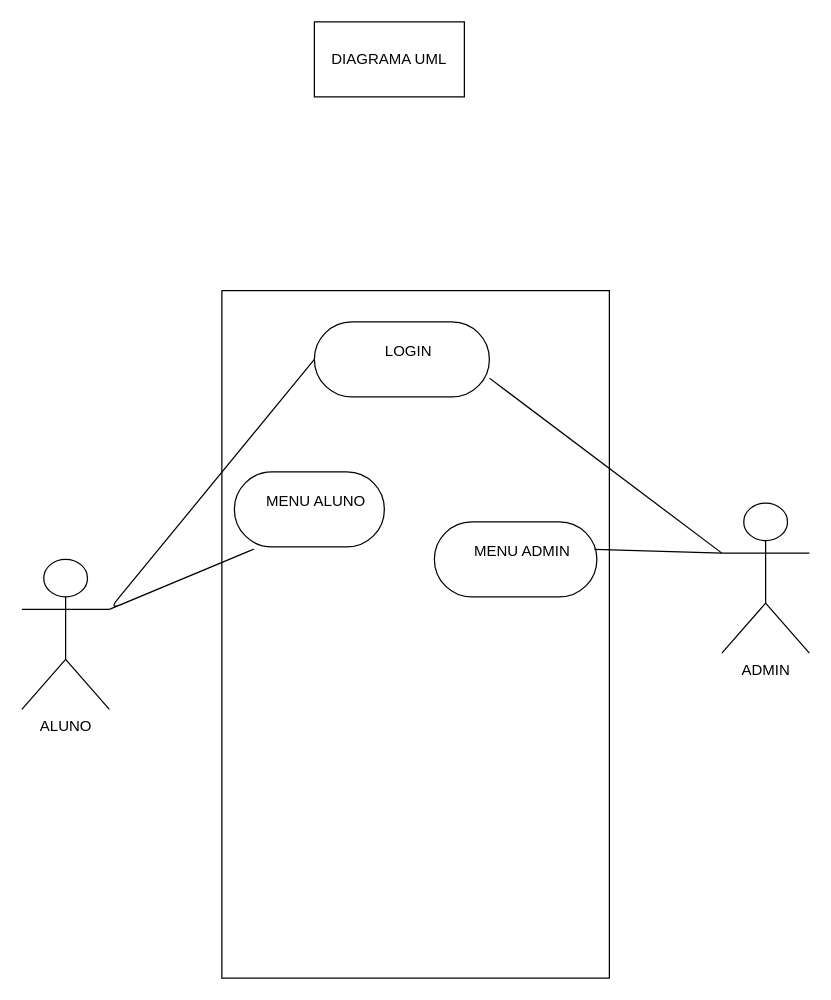
The draw.io diagram feito_casa/teste.drawio in cassianothiago/exercicios_python, before the edit. Source tidied: cells renumbered, new cells numbered last; positions are measured from the earlier drawing's top-left corner, leaving out a move shared by most shapes. Both pictures are drawn from the tidied source at 125%, with x=0, y=0 at pixel (21, 21).
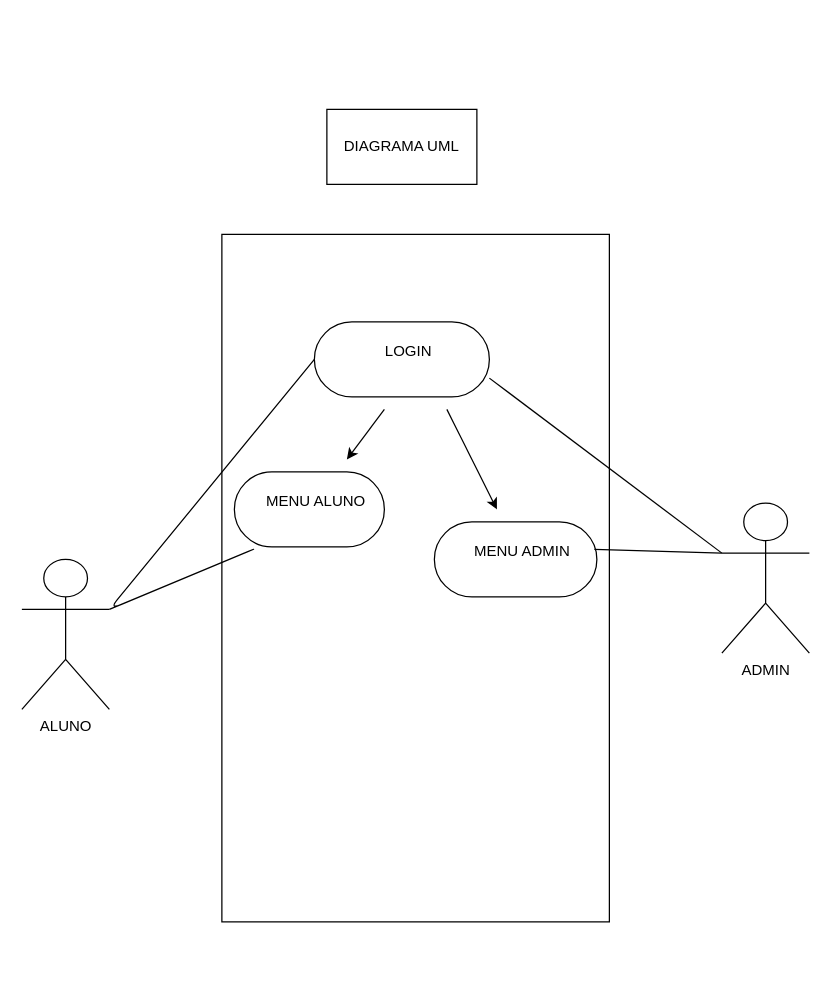
The same diagram, later.

The edit, as a diff of the source:
```diff
@@
     <mxCell id="4" style="rounded=0;whiteSpace=wrap;html=1;" parent="1" vertex="1">
-      <mxGeometry x="160" y="215" width="310" height="550" as="geometry" />
+      <mxGeometry x="160" y="170" width="310" height="550" as="geometry" />
     </mxCell>
@@
     <mxCell id="11" value="DIAGRAMA UML" style="rounded=0;whiteSpace=wrap;html=1;" parent="1" vertex="1">
-      <mxGeometry x="234" width="120" height="60" as="geometry" />
+      <mxGeometry x="244" y="70" width="120" height="60" as="geometry" />
     </mxCell>
+    <mxCell id="12" style="endArrow=classic;html=1;" parent="1" edge="1">
+      <mxGeometry relative="1" as="geometry">
+        <mxPoint x="290" y="310" as="sourcePoint" />
+        <mxPoint x="260" y="350" as="targetPoint" />
+        <Array as="points">
+          <mxPoint x="290" y="310" />
+        </Array>
+      </mxGeometry>
+    </mxCell>
+    <mxCell id="13" style="endArrow=classic;html=1;" parent="1" edge="1">
+      <mxGeometry relative="1" as="geometry">
+        <mxPoint x="340" y="310" as="sourcePoint" />
+        <mxPoint x="380" y="390" as="targetPoint" />
+        <Array as="points">
+          <mxPoint x="340" y="310" />
+          <mxPoint x="350" y="330" />
+          <mxPoint x="360" y="350" />
+        </Array>
+      </mxGeometry>
+    </mxCell>
```
